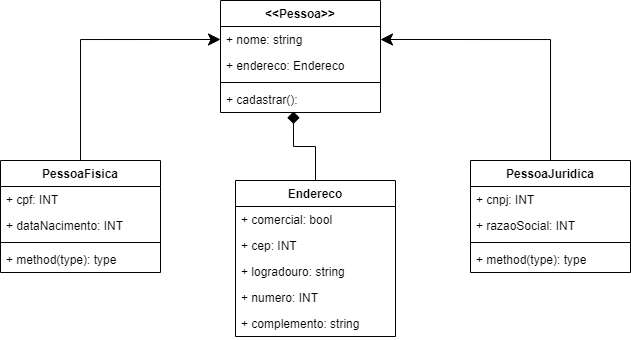
The draw.io diagram src/assets/img/Untitled Diagram.drawio.png in ismaeldev96/GameMania, before a commit. Source tidied: cells renumbered, new cells last; positions are measured from the earlier drawing's top-left corner, leaving out a move shared by most shapes.
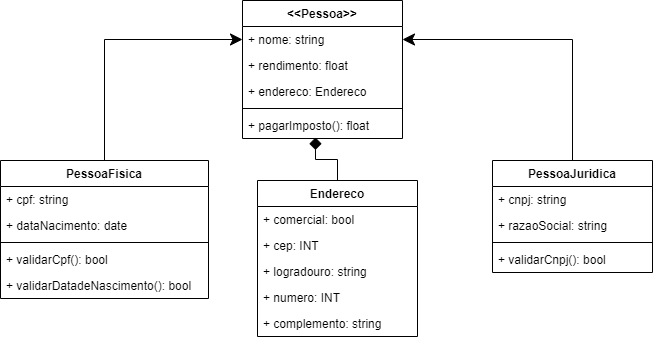
After the commit.

Diff of the diagram source:
```diff
@@ -6,52 +6,58 @@
       <mxGeometry relative="1" as="geometry" />
     </mxCell>
     <mxCell id="3" value="PessoaFisica" style="swimlane;fontStyle=1;align=center;verticalAlign=top;horizontal=1;startSize=26;" parent="1" vertex="1">
-      <mxGeometry y="160" width="160" height="112" as="geometry" />
+      <mxGeometry x="-22" y="160" width="208" height="138" as="geometry" />
     </mxCell>
-    <mxCell id="4" value="+ cpf: INT" style="text;strokeColor=none;fillColor=none;align=left;verticalAlign=top;spacingLeft=4;spacingRight=4;overflow=hidden;" parent="3" vertex="1">
-      <mxGeometry y="26" width="160" height="26" as="geometry" />
+    <mxCell id="4" value="+ cpf: string" style="text;strokeColor=none;fillColor=none;align=left;verticalAlign=top;spacingLeft=4;spacingRight=4;overflow=hidden;" parent="3" vertex="1">
+      <mxGeometry y="26" width="208" height="26" as="geometry" />
     </mxCell>
-    <mxCell id="5" value="+ dataNacimento: INT" style="text;strokeColor=none;fillColor=none;align=left;verticalAlign=top;spacingLeft=4;spacingRight=4;overflow=hidden;" parent="3" vertex="1">
-      <mxGeometry y="52" width="160" height="26" as="geometry" />
+    <mxCell id="5" value="+ dataNacimento: date" style="text;strokeColor=none;fillColor=none;align=left;verticalAlign=top;spacingLeft=4;spacingRight=4;overflow=hidden;" parent="3" vertex="1">
+      <mxGeometry y="52" width="208" height="26" as="geometry" />
     </mxCell>
     <mxCell id="6" style="line;strokeWidth=1;fillColor=none;align=left;verticalAlign=middle;spacingTop=-1;spacingLeft=3;spacingRight=3;labelPosition=right;" parent="3" vertex="1">
-      <mxGeometry y="78" width="160" height="8" as="geometry" />
+      <mxGeometry y="78" width="208" height="8" as="geometry" />
     </mxCell>
-    <mxCell id="7" value="+ method(type): type" style="text;strokeColor=none;fillColor=none;align=left;verticalAlign=top;spacingLeft=4;spacingRight=4;overflow=hidden;" parent="3" vertex="1">
-      <mxGeometry y="86" width="160" height="26" as="geometry" />
+    <mxCell id="7" value="+ validarCpf(): bool&#10;" style="text;strokeColor=none;fillColor=none;align=left;verticalAlign=top;spacingLeft=4;spacingRight=4;overflow=hidden;" parent="3" vertex="1">
+      <mxGeometry y="86" width="208" height="26" as="geometry" />
     </mxCell>
+    <mxCell id="26" value="+ validarDatadeNascimento(): bool" style="text;strokeColor=none;fillColor=none;align=left;verticalAlign=top;spacingLeft=4;spacingRight=4;overflow=hidden;" parent="3" vertex="1">
+      <mxGeometry y="112" width="208" height="26" as="geometry" />
+    </mxCell>
     <mxCell id="8" style="edgeStyle=orthogonalEdgeStyle;rounded=0;jettySize=auto;html=1;entryX=1;entryY=0.5;entryDx=0;entryDy=0;endSize=10;" parent="1" edge="1" source="9" target="15">
       <mxGeometry relative="1" as="geometry" />
     </mxCell>
     <mxCell id="9" value="PessoaJuridica" style="swimlane;fontStyle=1;align=center;verticalAlign=top;horizontal=1;startSize=26;" parent="1" vertex="1">
       <mxGeometry x="470" y="160" width="160" height="112" as="geometry" />
     </mxCell>
-    <mxCell id="10" value="+ cnpj: INT" style="text;strokeColor=none;fillColor=none;align=left;verticalAlign=top;spacingLeft=4;spacingRight=4;overflow=hidden;" parent="9" vertex="1">
+    <mxCell id="10" value="+ cnpj: string" style="text;strokeColor=none;fillColor=none;align=left;verticalAlign=top;spacingLeft=4;spacingRight=4;overflow=hidden;" parent="9" vertex="1">
       <mxGeometry y="26" width="160" height="26" as="geometry" />
     </mxCell>
-    <mxCell id="11" value="+ razaoSocial: INT" style="text;strokeColor=none;fillColor=none;align=left;verticalAlign=top;spacingLeft=4;spacingRight=4;overflow=hidden;" parent="9" vertex="1">
+    <mxCell id="11" value="+ razaoSocial: string" style="text;strokeColor=none;fillColor=none;align=left;verticalAlign=top;spacingLeft=4;spacingRight=4;overflow=hidden;" parent="9" vertex="1">
       <mxGeometry y="52" width="160" height="26" as="geometry" />
     </mxCell>
     <mxCell id="12" style="line;strokeWidth=1;fillColor=none;align=left;verticalAlign=middle;spacingTop=-1;spacingLeft=3;spacingRight=3;labelPosition=right;" parent="9" vertex="1">
       <mxGeometry y="78" width="160" height="8" as="geometry" />
     </mxCell>
-    <mxCell id="13" value="+ method(type): type" style="text;strokeColor=none;fillColor=none;align=left;verticalAlign=top;spacingLeft=4;spacingRight=4;overflow=hidden;" parent="9" vertex="1">
+    <mxCell id="13" value="+ validarCnpj(): bool" style="text;strokeColor=none;fillColor=none;align=left;verticalAlign=top;spacingLeft=4;spacingRight=4;overflow=hidden;" parent="9" vertex="1">
       <mxGeometry y="86" width="160" height="26" as="geometry" />
     </mxCell>
     <mxCell id="14" value="&lt;&lt;Pessoa&gt;&gt;" style="swimlane;fontStyle=1;align=center;verticalAlign=top;horizontal=1;startSize=26;" parent="1" vertex="1">
-      <mxGeometry x="220" width="160" height="112" as="geometry" />
+      <mxGeometry x="220" width="160" height="138" as="geometry" />
     </mxCell>
     <mxCell id="15" value="+ nome: string&#10;" style="text;strokeColor=none;fillColor=none;align=left;verticalAlign=top;spacingLeft=4;spacingRight=4;overflow=hidden;points=[[0,0.5],[1,0.5]];portConstraint=eastwest;" parent="14" vertex="1">
       <mxGeometry y="26" width="160" height="26" as="geometry" />
     </mxCell>
-    <mxCell id="16" value="+ endereco: Endereco&#10;" style="text;strokeColor=none;fillColor=none;align=left;verticalAlign=top;spacingLeft=4;spacingRight=4;overflow=hidden;" parent="14" vertex="1">
+    <mxCell id="16" value="+ rendimento: float&#10;" style="text;strokeColor=none;fillColor=none;align=left;verticalAlign=top;spacingLeft=4;spacingRight=4;overflow=hidden;" parent="14" vertex="1">
       <mxGeometry y="52" width="160" height="26" as="geometry" />
     </mxCell>
+    <mxCell id="27" value="+ endereco: Endereco&#10;" style="text;strokeColor=none;fillColor=none;align=left;verticalAlign=top;spacingLeft=4;spacingRight=4;overflow=hidden;" parent="14" vertex="1">
+      <mxGeometry y="78" width="160" height="26" as="geometry" />
+    </mxCell>
     <mxCell id="17" style="line;strokeWidth=1;fillColor=none;align=left;verticalAlign=middle;spacingTop=-1;spacingLeft=3;spacingRight=3;labelPosition=right;" parent="14" vertex="1">
-      <mxGeometry y="78" width="160" height="8" as="geometry" />
+      <mxGeometry y="104" width="160" height="8" as="geometry" />
     </mxCell>
-    <mxCell id="18" value="+ cadastrar(): " style="text;strokeColor=none;fillColor=none;align=left;verticalAlign=top;spacingLeft=4;spacingRight=4;overflow=hidden;points=[[0,0.5],[1,0.5]];portConstraint=eastwest;" parent="14" vertex="1">
-      <mxGeometry y="86" width="160" height="26" as="geometry" />
+    <mxCell id="18" value="+ pagarImposto(): float " style="text;strokeColor=none;fillColor=none;align=left;verticalAlign=top;spacingLeft=4;spacingRight=4;overflow=hidden;points=[[0,0.5],[1,0.5]];portConstraint=eastwest;" parent="14" vertex="1">
+      <mxGeometry y="112" width="160" height="26" as="geometry" />
     </mxCell>
     <mxCell id="19" style="edgeStyle=orthogonalEdgeStyle;rounded=0;jettySize=auto;html=1;entryX=0.456;entryY=0.962;entryDx=0;entryDy=0;entryPerimeter=0;endArrow=diamond;endFill=1;endSize=10;" parent="1" edge="1" source="20" target="18">
       <mxGeometry relative="1" as="geometry" />
```
